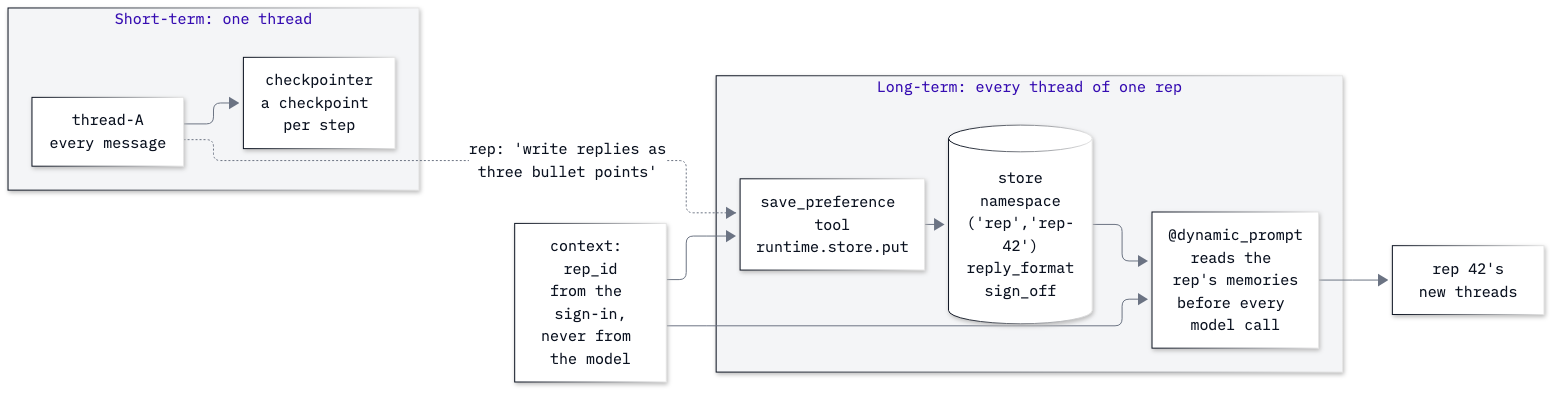
Above: 04_Long_Term_Memory_And_Privacy/resources/lab04_two_memories.png in skjagini/agentic_ai_conversational_agents (Mermaid), before the change. Its source is kept beside it as 04_Long_Term_Memory_And_Privacy/resources/lab04_two_memories.mmd.
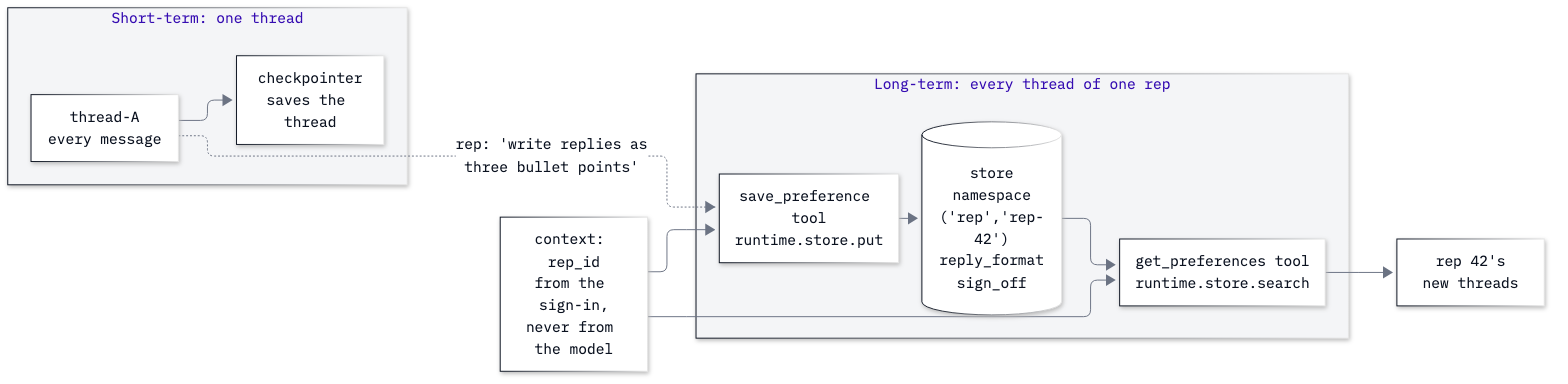
The same diagram one commit later.

The edit, as a diff of the source:
```diff
@@ -1,13 +1,13 @@
 %%{init: {"theme": "base", "flowchart": {"nodeSpacing": 40, "rankSpacing": 50, "curve": "basis"}, "themeVariables": {"fontFamily": "IBM Plex Mono, monospace", "fontSize": "15px", "primaryColor": "#FFFFFF", "primaryBorderColor": "#0B1220", "primaryTextColor": "#0B1220", "lineColor": "#6B7383", "tertiaryColor": "#C9F24D", "clusterBkg": "#F4F5F7", "clusterBorder": "#0B1220"}}}%%
 flowchart LR
     subgraph ST["Short-term: one thread"]
-        T1["thread-A<br/>every message"] --> CK["checkpointer<br/>a checkpoint per step"]
+        T1["thread-A<br/>every message"] --> CK["checkpointer<br/>saves the thread"]
     end
     subgraph LT["Long-term: every thread of one rep"]
-        TOOL["save_preference tool<br/>runtime.store.put"] --> ST1[("store<br/>namespace<br/>('rep','rep-42')<br/>reply_format<br/>sign_off")]
-        ST1 --> DP["@dynamic_prompt<br/>reads the rep's memories<br/>before every model call"]
+        SAVE["save_preference tool<br/>runtime.store.put"] --> ST1[("store<br/>namespace<br/>('rep','rep-42')<br/>reply_format<br/>sign_off")]
+        ST1 --> READ["get_preferences tool<br/>runtime.store.search"]
     end
-    T1 -. "rep: 'write replies as<br/>three bullet points'" .-> TOOL
-    DP --> T2["rep 42's<br/>new threads"]
-    CTX["context: rep_id<br/>from the sign-in,<br/>never from the model"] --> TOOL
-    CTX --> DP
+    T1 -. "rep: 'write replies as<br/>three bullet points'" .-> SAVE
+    READ --> T2["rep 42's<br/>new threads"]
+    CTX["context: rep_id<br/>from the sign-in,<br/>never from the model"] --> SAVE
+    CTX --> READ
```
